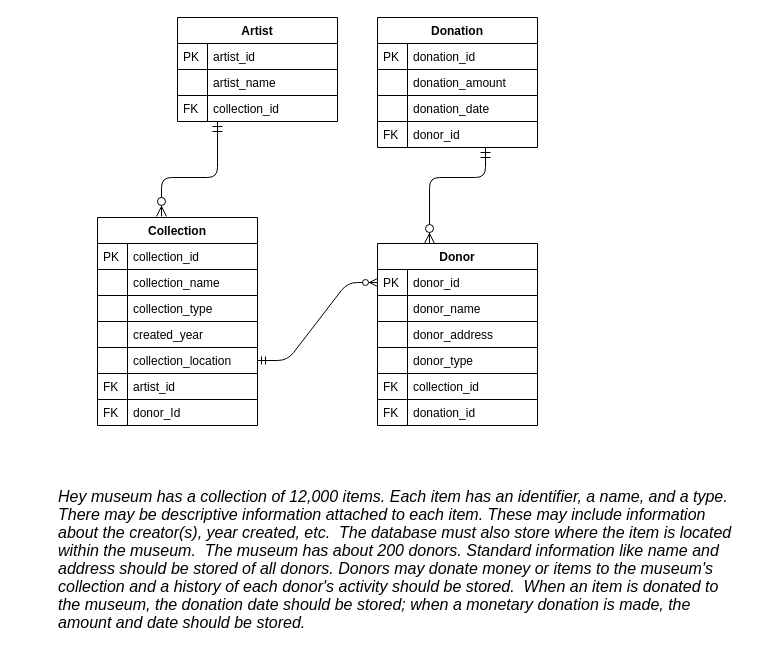
The draw.io diagram HeyMusum.drawio in rimhoho/Practice_LAMP, before the edit. Source tidied: cells renumbered, new cells numbered last; positions are measured from the earlier drawing's top-left corner, leaving out a move shared by most shapes. Both pictures are drawn from the tidied source at 100%, with x=0, y=0 at pixel (17, 17).
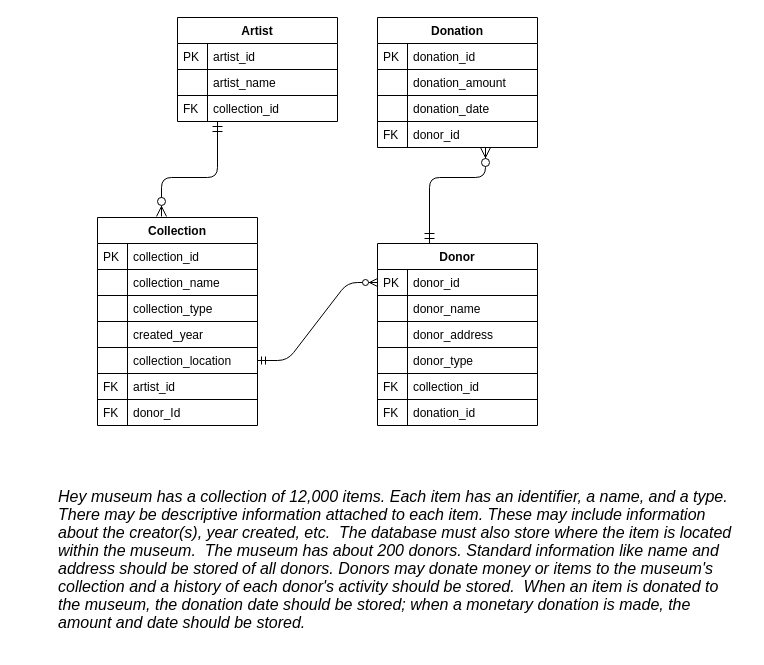
The same diagram, later.

The change refers to these unchanged cells:
```xml
<mxCell id="37" value="Donor" style="swimlane;fontStyle=1;horizontal=1;startSize=26;rounded=0;shadow=0;strokeWidth=1;" parent="1" vertex="1">
  <mxGeometry x="360" y="226" width="160" height="182" as="geometry" />
</mxCell>
```

Change to the diagram source:
```diff
@@
-    <mxCell id="36" style="edgeStyle=orthogonalEdgeStyle;endArrow=ERzeroToMany;startArrow=ERmandOne;shadow=0;strokeWidth=1;endSize=8;startSize=8;exitX=0.25;exitY=1;exitDx=0;exitDy=0;" parent="1" edge="1" target="37">
+    <mxCell id="36" style="edgeStyle=orthogonalEdgeStyle;endArrow=ERzeroToMany;startArrow=ERmandOne;shadow=0;strokeWidth=1;endSize=8;startSize=8;" parent="1" edge="1" source="37">
       <mxGeometry relative="1" as="geometry">
-        <mxPoint x="468" y="130" as="sourcePoint" />
+        <mxPoint x="468" y="130" as="targetPoint" />
         <Array as="points">
+          <mxPoint x="412" y="160" />
           <mxPoint x="468" y="160" />
-          <mxPoint x="412" y="160" />
         </Array>
       </mxGeometry>
     </mxCell>
```
